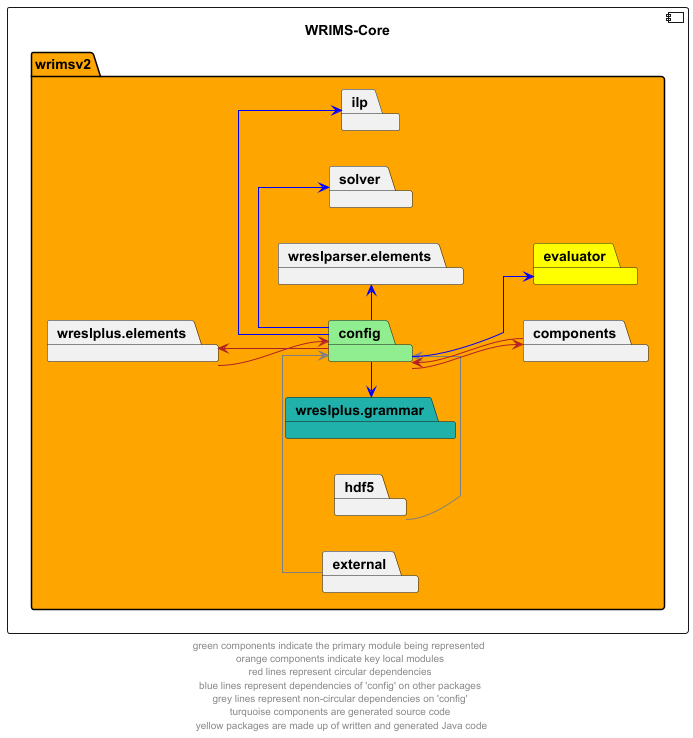
Before: docs/diagrams/wrims-core/wrims-core_config.png, a diagram exported from PlantUML (CentralValleyModeling/wrims).
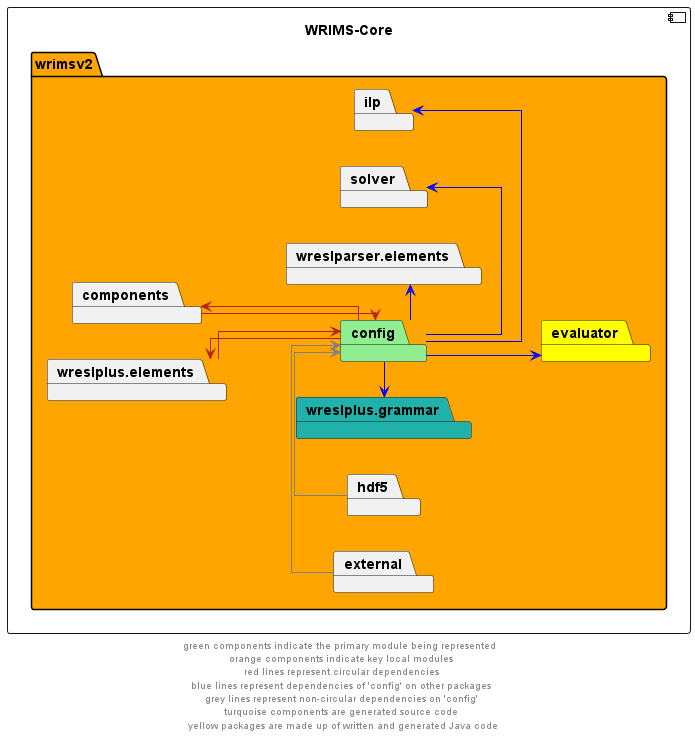
After the commit.

Diff of the diagram source:
```diff
@@ -17,9 +17,6 @@
     }
 }
 
-hdf5 -> config #grey
-external -> config #grey
-
 config --> components #firebrick
 components --> config #firebrick
 config -l->  wreslplus.elements #firebrick
@@ -31,6 +28,9 @@
 config -r->  wreslparser.elements #blue
 config -l->  wreslplus.grammar #blue
 
+hdf5 -> config #grey
+external -> config #grey
+
 config -r[hidden]-> evaluator
 components -r[hidden]-> config
 wreslparser.elements -d[hidden]-> components
```
